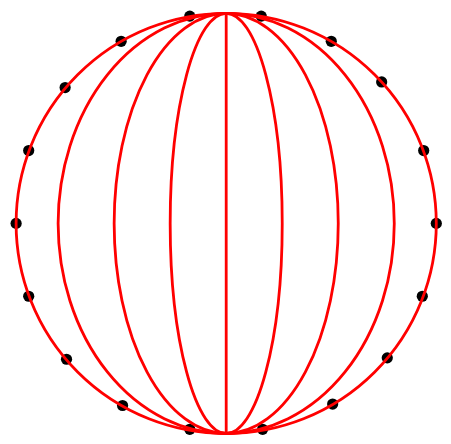
This is Figures/TechnicalAnalysis/sampleArch.drawio.svg from Mikkelnn/ESD5-Project, a draw.io export, as it was before one commit. Source tidied: cells renumbered, new cells last; positions are measured from the earlier drawing's top-left corner, leaving out a move shared by most shapes.
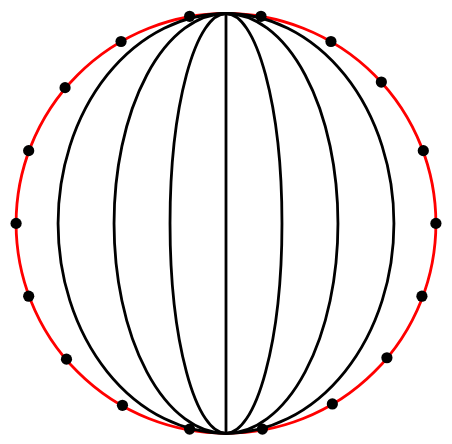
After the commit.

Change to the diagram source:
```diff
@@ -2,6 +2,9 @@
   <root>
     <mxCell id="0" />
     <mxCell id="1" parent="0" />
+    <mxCell id="21" style="ellipse;whiteSpace=wrap;html=1;fillColor=none;strokeWidth=2;strokeColor=#FF0000;" parent="1" vertex="1">
+      <mxGeometry x="10" y="8" width="300" height="300" as="geometry" />
+    </mxCell>
     <mxCell id="2" style="endArrow=none;html=1;rounded=0;entryX=0.5;entryY=0;entryDx=0;entryDy=0;exitDx=0;exitDy=0;strokeColor=#000000;" parent="1" edge="1" target="24">
       <mxGeometry relative="1" as="geometry">
         <mxPoint x="159" y="8" as="sourcePoint" />
@@ -61,19 +64,16 @@
     <mxCell id="20" style="shape=waypoint;sketch=0;fillStyle=solid;size=6;fillColor=none;perimeter=centerPerimeter;strokeWidth=2;strokeColor=#000000;" parent="1" vertex="1">
       <mxGeometry x="290" y="200" width="20" height="20" as="geometry" />
     </mxCell>
-    <mxCell id="21" style="ellipse;whiteSpace=wrap;html=1;fillColor=none;strokeWidth=2;strokeColor=#FF0000;" parent="1" vertex="1">
-      <mxGeometry x="10" y="8" width="300" height="300" as="geometry" />
-    </mxCell>
-    <mxCell id="22" style="ellipse;whiteSpace=wrap;html=1;fillColor=none;strokeColor=#FF0000;strokeWidth=2;" parent="1" vertex="1">
+    <mxCell id="22" style="ellipse;whiteSpace=wrap;html=1;fillColor=none;strokeColor=#000000;strokeWidth=2;" parent="1" vertex="1">
       <mxGeometry x="40" y="8" width="240" height="300" as="geometry" />
     </mxCell>
-    <mxCell id="23" style="ellipse;whiteSpace=wrap;html=1;fillColor=none;strokeColor=#FF0000;strokeWidth=2;" parent="1" vertex="1">
+    <mxCell id="23" style="ellipse;whiteSpace=wrap;html=1;fillColor=none;strokeColor=#000000;strokeWidth=2;" parent="1" vertex="1">
       <mxGeometry x="80" y="8" width="160" height="300" as="geometry" />
     </mxCell>
-    <mxCell id="24" style="ellipse;whiteSpace=wrap;html=1;fillColor=none;strokeColor=#FF0000;strokeWidth=2;" parent="1" vertex="1">
+    <mxCell id="24" style="ellipse;whiteSpace=wrap;html=1;fillColor=none;strokeColor=#000000;strokeWidth=2;" parent="1" vertex="1">
       <mxGeometry x="120" y="8" width="80" height="300" as="geometry" />
     </mxCell>
-    <mxCell id="25" style="endArrow=none;html=1;rounded=0;entryX=0.5;entryY=0;entryDx=0;entryDy=0;exitX=0.5;exitY=1;exitDx=0;exitDy=0;strokeWidth=2;strokeColor=#FF0000;" parent="1" edge="1" source="24" target="24">
+    <mxCell id="25" style="endArrow=none;html=1;rounded=0;entryX=0.5;entryY=0;entryDx=0;entryDy=0;exitX=0.5;exitY=1;exitDx=0;exitDy=0;strokeWidth=2;strokeColor=#000000;" parent="1" edge="1" source="24" target="24">
       <mxGeometry relative="1" as="geometry" />
     </mxCell>
   </root>
```
